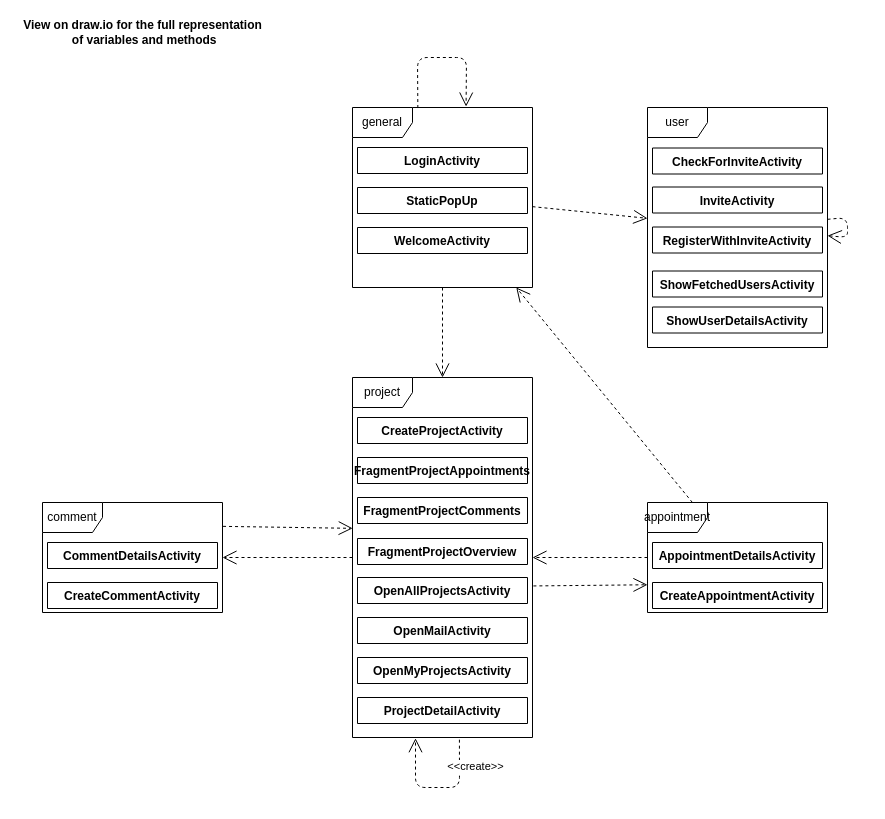
Before: page "activities" (4 of 6) of docu/DEV docu/Class Diagram.drawio in PongEqualsNPong/swp-2020, a draw.io diagram. Source tidied: cells renumbered, new cells numbered last; positions are measured from the earlier drawing's top-left corner, leaving out a move shared by most shapes. Both pictures are drawn from the tidied source at 100%, with x=0, y=0 at pixel (17, 17).
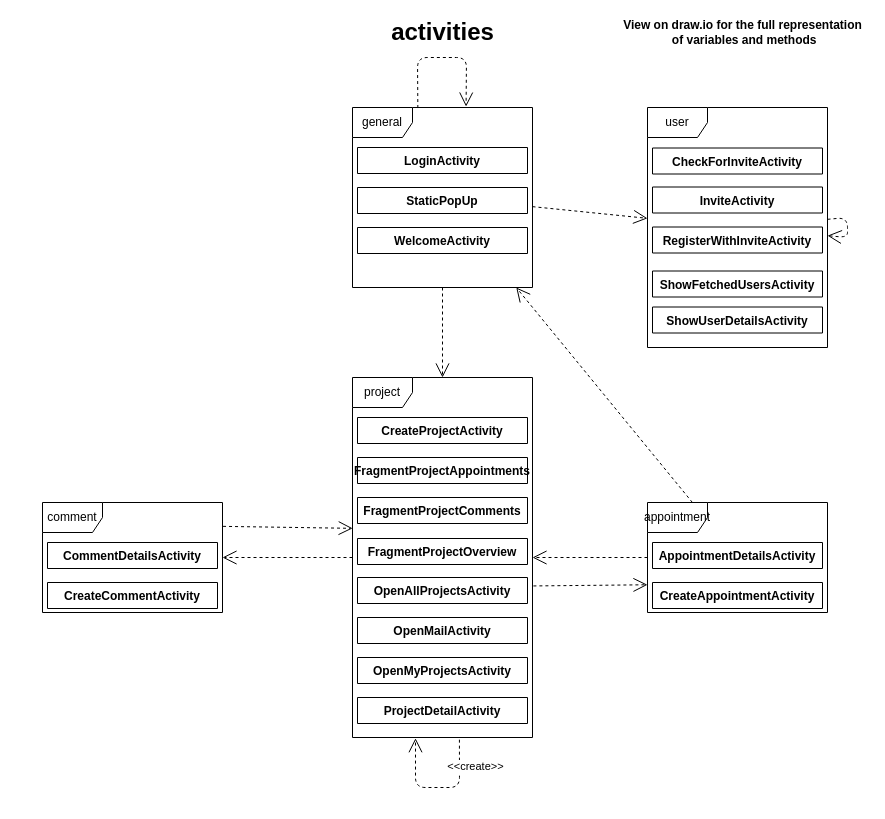
The same diagram, later.

Diff of the diagram source:
```diff
@@
     <mxCell id="37" value="&lt;b&gt;View on draw.io for the full representation&lt;br&gt;&amp;nbsp;of variables and methods&lt;/b&gt;" style="text;html=1;align=center;verticalAlign=middle;" parent="1" vertex="1">
-      <mxGeometry width="250" height="30" as="geometry" />
+      <mxGeometry x="600" width="250" height="30" as="geometry" />
     </mxCell>
+    <mxCell id="38" value="&lt;font style=&quot;font-size: 24px&quot;&gt;&lt;b&gt;activities&lt;/b&gt;&lt;/font&gt;" style="text;html=1;align=center;verticalAlign=middle;" parent="1" vertex="1">
+      <mxGeometry x="365" y="5" width="120" height="20" as="geometry" />
+    </mxCell>
```
